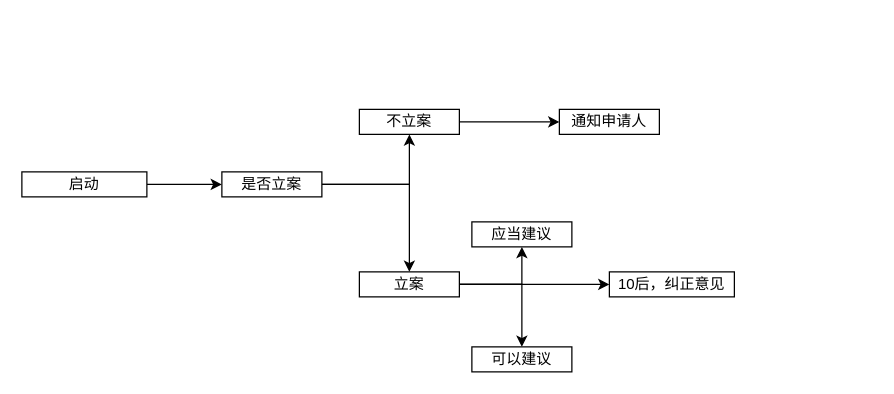
This is 流程图文件/刑诉/专题8强制措施/羁押必要性审查.drawio from woshiduanli/Study, a draw.io file, before an edit. Source tidied: cells renumbered, new cells numbered last; positions are measured from the earlier drawing's top-left corner, leaving out a move shared by most shapes. Both pictures are drawn from the tidied source at 125%, with x=0, y=0 at pixel (21, 109).
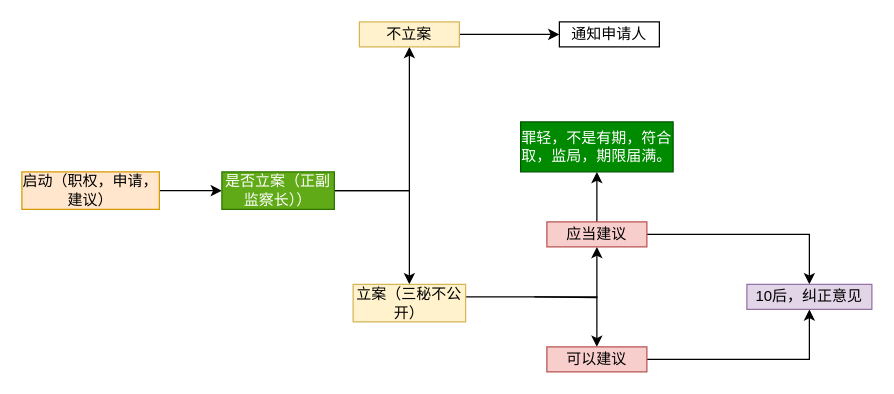
Above is the later version.

Commit message (it also covers changes not shown here):
更新羁押必要性审查.drawio

What changed in the source:
```diff
@@
-    <mxCell id="3" value="启动" style="rounded=0;whiteSpace=wrap;html=1;" parent="1" vertex="1">
-      <mxGeometry y="50" width="100" height="20" as="geometry" />
+    <mxCell id="3" value="启动（职权，申请，建议）" style="rounded=0;whiteSpace=wrap;html=1;fillColor=#ffe6cc;strokeColor=#d79b00;" parent="1" vertex="1">
+      <mxGeometry y="50" width="110" height="30" as="geometry" />
     </mxCell>
@@
-    <mxCell id="6" value="是否立案" style="rounded=0;whiteSpace=wrap;html=1;" parent="1" vertex="1">
-      <mxGeometry x="160" y="50" width="80" height="20" as="geometry" />
+    <mxCell id="6" value="是否立案（正副监察长））" style="rounded=0;whiteSpace=wrap;html=1;fillColor=#60a917;fontColor=#ffffff;strokeColor=#2D7600;" parent="1" vertex="1">
+      <mxGeometry x="160" y="50" width="90" height="30" as="geometry" />
     </mxCell>
@@
-    <mxCell id="8" value="不立案" style="rounded=0;whiteSpace=wrap;html=1;" parent="1" vertex="1">
-      <mxGeometry x="270" width="80" height="20" as="geometry" />
+    <mxCell id="8" value="不立案" style="rounded=0;whiteSpace=wrap;html=1;fillColor=#fff2cc;strokeColor=#d6b656;" parent="1" vertex="1">
+      <mxGeometry x="270" y="-70" width="80" height="20" as="geometry" />
     </mxCell>
-    <mxCell id="9" style="edgeStyle=orthogonalEdgeStyle;rounded=0;jettySize=auto;html=1;" parent="1" edge="1" source="12" target="14">
-      <mxGeometry relative="1" as="geometry" />
+    <mxCell id="9" style="edgeStyle=orthogonalEdgeStyle;rounded=0;jettySize=auto;html=1;" parent="1" edge="1" target="14">
+      <mxGeometry relative="1" as="geometry">
+        <mxPoint x="410" y="150" as="sourcePoint" />
+      </mxGeometry>
     </mxCell>
     <mxCell id="10" style="edgeStyle=orthogonalEdgeStyle;rounded=0;jettySize=auto;html=1;" parent="1" edge="1" source="12" target="15">
-      <mxGeometry relative="1" as="geometry" />
+      <mxGeometry relative="1" as="geometry">
+        <Array as="points">
+          <mxPoint x="460" y="150" />
+        </Array>
+      </mxGeometry>
     </mxCell>
-    <mxCell id="11" style="edgeStyle=orthogonalEdgeStyle;rounded=0;jettySize=auto;html=1;" parent="1" edge="1" source="12" target="16">
-      <mxGeometry relative="1" as="geometry" />
-    </mxCell>
-    <mxCell id="12" value="立案" style="rounded=0;whiteSpace=wrap;html=1;" parent="1" vertex="1">
-      <mxGeometry x="270" y="130" width="80" height="20" as="geometry" />
+    <mxCell id="12" value="立案（三秘不公开）" style="rounded=0;whiteSpace=wrap;html=1;fillColor=#fff2cc;strokeColor=#d6b656;" parent="1" vertex="1">
+      <mxGeometry x="265" y="140" width="90" height="30" as="geometry" />
     </mxCell>
     <mxCell id="13" value="通知申请人" style="rounded=0;whiteSpace=wrap;html=1;" parent="1" vertex="1">
-      <mxGeometry x="430" width="80" height="20" as="geometry" />
+      <mxGeometry x="430" y="-70" width="80" height="20" as="geometry" />
     </mxCell>
+    <mxCell id="17" style="edgeStyle=orthogonalEdgeStyle;rounded=0;jettySize=auto;html=1;" parent="1" edge="1" source="14" target="16">
+      <mxGeometry relative="1" as="geometry" />
+    </mxCell>
+    <mxCell id="18" style="edgeStyle=orthogonalEdgeStyle;rounded=0;jettySize=auto;html=1;" parent="1" edge="1" source="14" target="20">
+      <mxGeometry relative="1" as="geometry" />
+    </mxCell>
-    <mxCell id="14" value="应当建议" style="rounded=0;whiteSpace=wrap;html=1;" parent="1" vertex="1">
-      <mxGeometry x="360" y="90" width="80" height="20" as="geometry" />
+    <mxCell id="14" value="应当建议" style="rounded=0;whiteSpace=wrap;html=1;fillColor=#f8cecc;strokeColor=#b85450;" parent="1" vertex="1">
+      <mxGeometry x="420" y="90" width="80" height="20" as="geometry" />
     </mxCell>
+    <mxCell id="19" style="edgeStyle=orthogonalEdgeStyle;rounded=0;jettySize=auto;html=1;entryX=0.5;entryY=1;entryDx=0;entryDy=0;" parent="1" edge="1" source="15" target="16">
+      <mxGeometry relative="1" as="geometry" />
+    </mxCell>
-    <mxCell id="15" value="可以建议" style="rounded=0;whiteSpace=wrap;html=1;" parent="1" vertex="1">
-      <mxGeometry x="360" y="190" width="80" height="20" as="geometry" />
+    <mxCell id="15" value="可以建议" style="rounded=0;whiteSpace=wrap;html=1;fillColor=#f8cecc;strokeColor=#b85450;" parent="1" vertex="1">
+      <mxGeometry x="420" y="190" width="80" height="20" as="geometry" />
     </mxCell>
-    <mxCell id="16" value="10后，纠正意见" style="rounded=0;whiteSpace=wrap;html=1;" parent="1" vertex="1">
-      <mxGeometry x="470" y="130" width="100" height="20" as="geometry" />
+    <mxCell id="16" value="10后，纠正意见" style="rounded=0;whiteSpace=wrap;html=1;fillColor=#e1d5e7;strokeColor=#9673a6;" parent="1" vertex="1">
+      <mxGeometry x="580" y="140" width="100" height="20" as="geometry" />
     </mxCell>
+    <mxCell id="20" value="罪轻，不是有期，符合取，监局，期限届满。" style="rounded=0;whiteSpace=wrap;html=1;fillColor=#008a00;fontColor=#ffffff;strokeColor=#005700;" parent="1" vertex="1">
+      <mxGeometry x="399" y="10" width="122" height="40" as="geometry" />
+    </mxCell>
```
